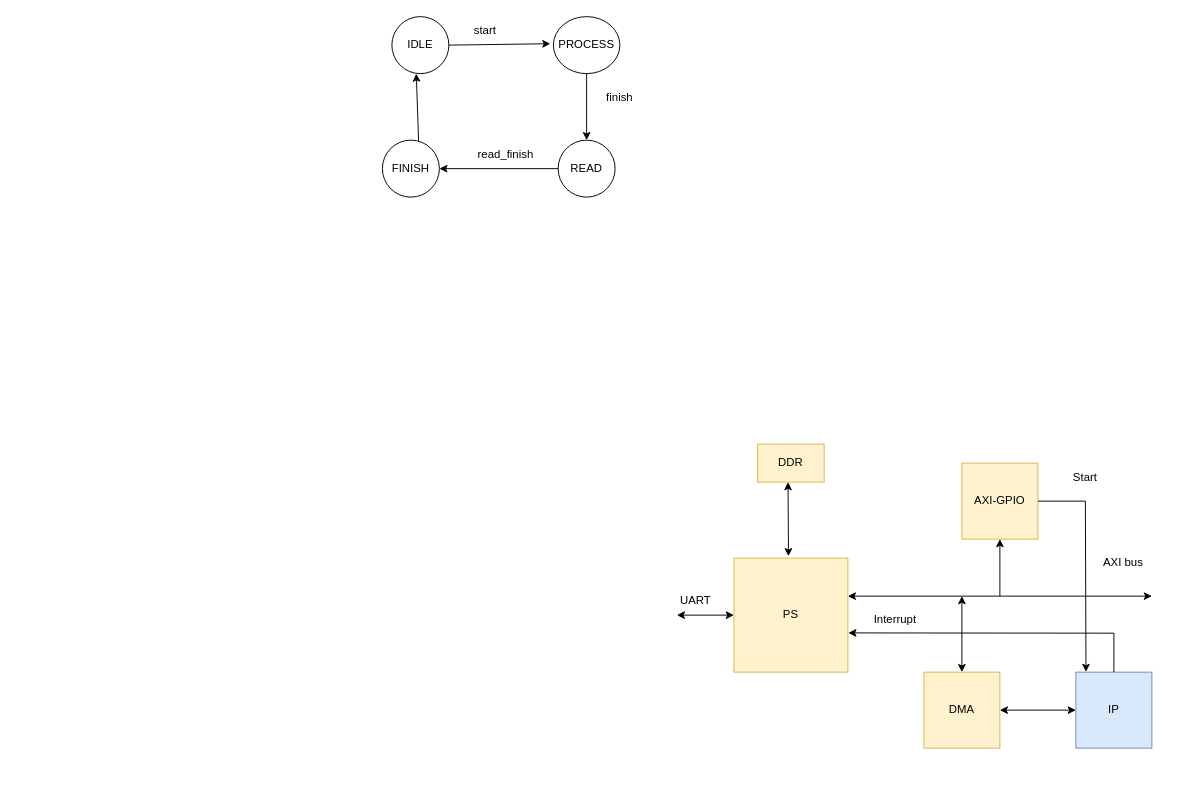
This is report/drawio/SoC.drawio from Hieuueihm/Thesis, a draw.io file, before an edit. Source tidied: cells renumbered, new cells numbered last; positions are measured from the earlier drawing's top-left corner, leaving out a move shared by most shapes. Both pictures are drawn from the tidied source at 95%, with x=0, y=0 at pixel (382, 16).
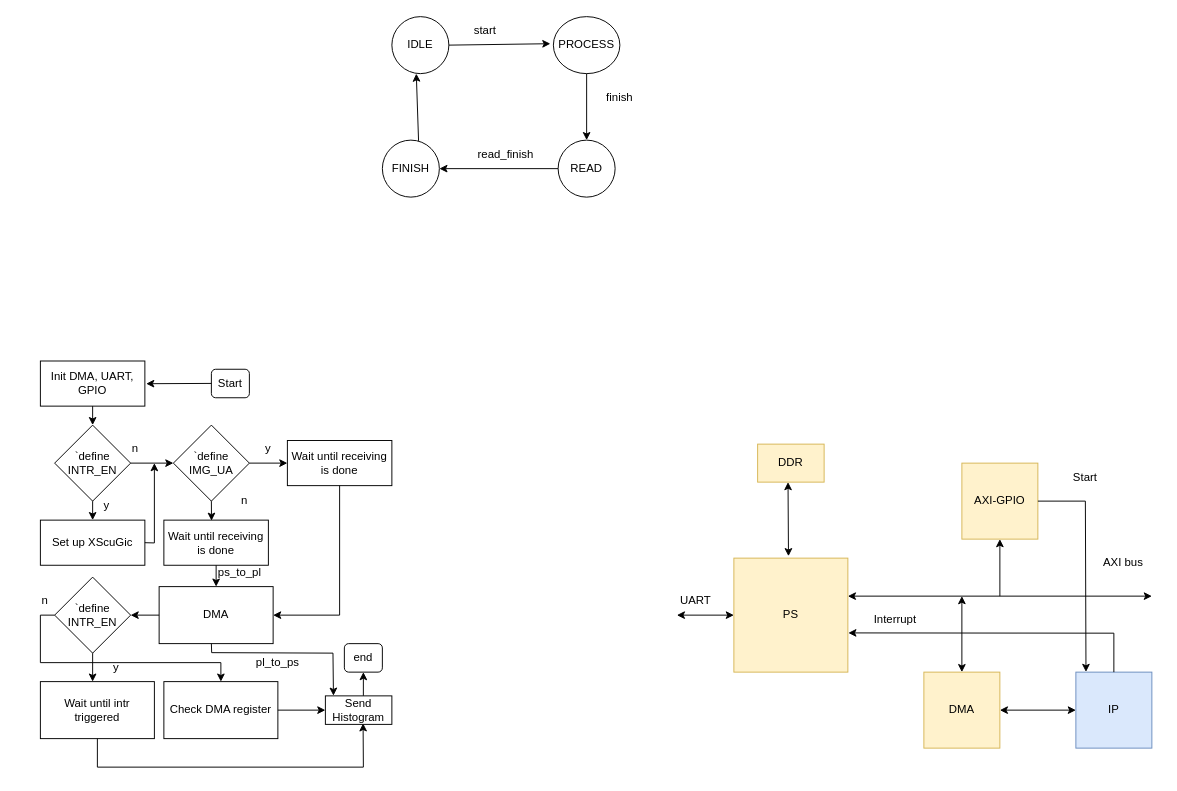
The same diagram, later.

The edit, as a diff of the source:
```diff
@@
+    <mxCell id="30" value="Start" style="rounded=1;whiteSpace=wrap;html=1;" parent="1" vertex="1">
+      <mxGeometry x="-180" y="371.2" width="40" height="30" as="geometry" />
+    </mxCell>
+    <mxCell id="31" style="endArrow=classic;html=1;rounded=0;entryX=1.013;entryY=0.564;entryDx=0;entryDy=0;entryPerimeter=0;" parent="1" edge="1">
+      <mxGeometry relative="1" as="geometry">
+        <mxPoint x="-180" y="386.1" as="sourcePoint" />
+        <mxPoint x="-248.6" y="386.4" as="targetPoint" />
+      </mxGeometry>
+    </mxCell>
+    <mxCell id="32" value="Init DMA, UART, GPIO" style="rounded=0;whiteSpace=wrap;html=1;" parent="1" vertex="1">
+      <mxGeometry x="-360" y="362.5" width="110" height="47.5" as="geometry" />
+    </mxCell>
+    <mxCell id="33" style="endArrow=classic;html=1;rounded=0;exitX=0.5;exitY=1;exitDx=0;exitDy=0;" parent="1" edge="1" source="32" target="34">
+      <mxGeometry relative="1" as="geometry" />
+    </mxCell>
+    <mxCell id="34" value="`define INTR_EN" style="rhombus;whiteSpace=wrap;html=1;" parent="1" vertex="1">
+      <mxGeometry x="-345" y="430" width="80" height="80" as="geometry" />
+    </mxCell>
+    <mxCell id="35" style="endArrow=classic;html=1;rounded=0;exitX=0.5;exitY=1;exitDx=0;exitDy=0;" parent="1" edge="1" source="34">
+      <mxGeometry relative="1" as="geometry">
+        <mxPoint x="-305" y="530" as="targetPoint" />
+      </mxGeometry>
+    </mxCell>
+    <mxCell id="36" value="Set up XScuGic" style="rounded=0;whiteSpace=wrap;html=1;" parent="1" vertex="1">
+      <mxGeometry x="-360" y="530" width="110" height="47.5" as="geometry" />
+    </mxCell>
+    <mxCell id="37" style="endArrow=classic;html=1;rounded=0;exitX=1;exitY=0.5;exitDx=0;exitDy=0;" parent="1" edge="1" source="34">
+      <mxGeometry relative="1" as="geometry">
+        <mxPoint x="-220" y="470" as="targetPoint" />
+      </mxGeometry>
+    </mxCell>
+    <mxCell id="38" value="`define IMG_UA" style="rhombus;whiteSpace=wrap;html=1;" parent="1" vertex="1">
+      <mxGeometry x="-220" y="430" width="80" height="80" as="geometry" />
+    </mxCell>
+    <mxCell id="39" style="endArrow=classic;html=1;rounded=0;exitX=1;exitY=0.5;exitDx=0;exitDy=0;" parent="1" edge="1" source="36">
+      <mxGeometry relative="1" as="geometry">
+        <mxPoint x="-240" y="470" as="targetPoint" />
+        <Array as="points">
+          <mxPoint x="-240" y="554" />
+        </Array>
+      </mxGeometry>
+    </mxCell>
+    <mxCell id="40" value="y" style="text;html=1;align=center;verticalAlign=middle;whiteSpace=wrap;rounded=0;" parent="1" vertex="1">
+      <mxGeometry x="-320" y="500" width="60" height="30" as="geometry" />
+    </mxCell>
+    <mxCell id="41" value="n" style="text;html=1;align=center;verticalAlign=middle;whiteSpace=wrap;rounded=0;" parent="1" vertex="1">
+      <mxGeometry x="-290" y="440" width="60" height="30" as="geometry" />
+    </mxCell>
+    <mxCell id="42" style="endArrow=classic;html=1;rounded=0;exitX=1;exitY=0.5;exitDx=0;exitDy=0;" parent="1" edge="1" source="38">
+      <mxGeometry relative="1" as="geometry">
+        <mxPoint x="-100" y="470" as="targetPoint" />
+      </mxGeometry>
+    </mxCell>
+    <mxCell id="43" value="y" style="text;html=1;align=center;verticalAlign=middle;whiteSpace=wrap;rounded=0;" parent="1" vertex="1">
+      <mxGeometry x="-150" y="440" width="60" height="30" as="geometry" />
+    </mxCell>
+    <mxCell id="44" value="Wait until receiving is done" style="rounded=0;whiteSpace=wrap;html=1;" parent="1" vertex="1">
+      <mxGeometry x="-100" y="446.2" width="110" height="47.5" as="geometry" />
+    </mxCell>
+    <mxCell id="45" value="n" style="text;html=1;align=center;verticalAlign=middle;whiteSpace=wrap;rounded=0;" parent="1" vertex="1">
+      <mxGeometry x="-175" y="495" width="60" height="30" as="geometry" />
+    </mxCell>
+    <mxCell id="46" value="DMA" style="rounded=0;whiteSpace=wrap;html=1;" parent="1" vertex="1">
+      <mxGeometry x="-235" y="600" width="120" height="60" as="geometry" />
+    </mxCell>
+    <mxCell id="47" value="Wait until receiving is done" style="rounded=0;whiteSpace=wrap;html=1;" parent="1" vertex="1">
+      <mxGeometry x="-230" y="530" width="110" height="47.5" as="geometry" />
+    </mxCell>
+    <mxCell id="48" style="endArrow=classic;html=1;rounded=0;exitX=0.5;exitY=1;exitDx=0;exitDy=0;entryX=0.456;entryY=0.014;entryDx=0;entryDy=0;entryPerimeter=0;" parent="1" edge="1" source="38" target="47">
+      <mxGeometry relative="1" as="geometry" />
+    </mxCell>
+    <mxCell id="49" style="endArrow=classic;html=1;rounded=0;exitX=0.5;exitY=1;exitDx=0;exitDy=0;entryX=0.5;entryY=0;entryDx=0;entryDy=0;" parent="1" edge="1" source="47" target="46">
+      <mxGeometry relative="1" as="geometry" />
+    </mxCell>
+    <mxCell id="50" style="endArrow=classic;html=1;rounded=0;exitX=0.5;exitY=1;exitDx=0;exitDy=0;entryX=1;entryY=0.5;entryDx=0;entryDy=0;" parent="1" edge="1" source="44" target="46">
+      <mxGeometry relative="1" as="geometry">
+        <Array as="points">
+          <mxPoint x="-45" y="630" />
+        </Array>
+      </mxGeometry>
+    </mxCell>
+    <mxCell id="51" value="`define INTR_EN" style="rhombus;whiteSpace=wrap;html=1;" parent="1" vertex="1">
+      <mxGeometry x="-345" y="590" width="80" height="80" as="geometry" />
+    </mxCell>
+    <mxCell id="52" style="endArrow=classic;html=1;rounded=0;exitX=0;exitY=0.5;exitDx=0;exitDy=0;entryX=1;entryY=0.5;entryDx=0;entryDy=0;" parent="1" edge="1" source="46" target="51">
+      <mxGeometry relative="1" as="geometry" />
+    </mxCell>
+    <mxCell id="53" style="endArrow=classic;html=1;rounded=0;exitX=0.5;exitY=1;exitDx=0;exitDy=0;" parent="1" edge="1" source="51">
+      <mxGeometry relative="1" as="geometry">
+        <mxPoint x="-305" y="700" as="targetPoint" />
+      </mxGeometry>
+    </mxCell>
+    <mxCell id="54" value="y" style="text;html=1;align=center;verticalAlign=middle;whiteSpace=wrap;rounded=0;" parent="1" vertex="1">
+      <mxGeometry x="-310" y="670" width="60" height="30" as="geometry" />
+    </mxCell>
+    <mxCell id="55" value="Wait until intr triggered" style="rounded=0;whiteSpace=wrap;html=1;" parent="1" vertex="1">
+      <mxGeometry x="-360" y="700" width="120" height="60" as="geometry" />
+    </mxCell>
+    <mxCell id="56" style="endArrow=classic;html=1;rounded=0;exitX=0;exitY=0.5;exitDx=0;exitDy=0;entryX=0.5;entryY=0;entryDx=0;entryDy=0;" parent="1" edge="1" source="51" target="58">
+      <mxGeometry relative="1" as="geometry">
+        <Array as="points">
+          <mxPoint x="-360" y="630" />
+          <mxPoint x="-360" y="680" />
+          <mxPoint x="-170" y="680" />
+        </Array>
+      </mxGeometry>
+    </mxCell>
+    <mxCell id="57" value="n" style="text;html=1;align=center;verticalAlign=middle;whiteSpace=wrap;rounded=0;" parent="1" vertex="1">
+      <mxGeometry x="-385" y="600" width="60" height="30" as="geometry" />
+    </mxCell>
+    <mxCell id="58" value="Check DMA register" style="rounded=0;whiteSpace=wrap;html=1;" parent="1" vertex="1">
+      <mxGeometry x="-230" y="700" width="120" height="60" as="geometry" />
+    </mxCell>
+    <mxCell id="59" style="endArrow=classic;html=1;rounded=0;exitX=0.5;exitY=1;exitDx=0;exitDy=0;entryX=0.567;entryY=0.965;entryDx=0;entryDy=0;entryPerimeter=0;" parent="1" edge="1" source="55">
+      <mxGeometry relative="1" as="geometry">
+        <mxPoint x="-20.3" y="743.9" as="targetPoint" />
+        <Array as="points">
+          <mxPoint x="-300" y="790" />
+          <mxPoint x="-20" y="790" />
+        </Array>
+      </mxGeometry>
+    </mxCell>
+    <mxCell id="60" style="endArrow=classic;html=1;rounded=0;exitX=0.539;exitY=1.008;exitDx=0;exitDy=0;exitPerimeter=0;entryX=0.121;entryY=-0.006;entryDx=0;entryDy=0;entryPerimeter=0;" parent="1" edge="1">
+      <mxGeometry relative="1" as="geometry">
+        <mxPoint x="-180" y="660" as="sourcePoint" />
+        <mxPoint x="-51.5" y="714.8" as="targetPoint" />
+        <Array as="points">
+          <mxPoint x="-179.7" y="669.5" />
+          <mxPoint x="-52" y="670" />
+        </Array>
+      </mxGeometry>
+    </mxCell>
+    <mxCell id="61" value="pl_to_ps" style="text;html=1;align=center;verticalAlign=middle;whiteSpace=wrap;rounded=0;" parent="1" vertex="1">
+      <mxGeometry x="-140" y="665" width="60" height="30" as="geometry" />
+    </mxCell>
+    <mxCell id="62" value="ps_to_pl" style="text;html=1;align=center;verticalAlign=middle;whiteSpace=wrap;rounded=0;" parent="1" vertex="1">
+      <mxGeometry x="-180" y="570" width="60" height="30" as="geometry" />
+    </mxCell>
+    <mxCell id="63" style="endArrow=classic;html=1;rounded=0;exitX=1;exitY=0.5;exitDx=0;exitDy=0;entryX=0;entryY=0.5;entryDx=0;entryDy=0;" parent="1" edge="1" source="58">
+      <mxGeometry relative="1" as="geometry">
+        <mxPoint x="-60" y="730" as="targetPoint" />
+      </mxGeometry>
+    </mxCell>
+    <mxCell id="64" style="endArrow=classic;html=1;rounded=0;" parent="1" edge="1">
+      <mxGeometry relative="1" as="geometry">
+        <mxPoint x="-20" y="715" as="sourcePoint" />
+        <mxPoint x="-20" y="690" as="targetPoint" />
+      </mxGeometry>
+    </mxCell>
+    <mxCell id="65" value="Send Histogram" style="rounded=0;whiteSpace=wrap;html=1;" parent="1" vertex="1">
+      <mxGeometry x="-60" y="715" width="70" height="30" as="geometry" />
+    </mxCell>
+    <mxCell id="66" value="end" style="rounded=1;whiteSpace=wrap;html=1;" parent="1" vertex="1">
+      <mxGeometry x="-40" y="660" width="40" height="30" as="geometry" />
+    </mxCell>
```
